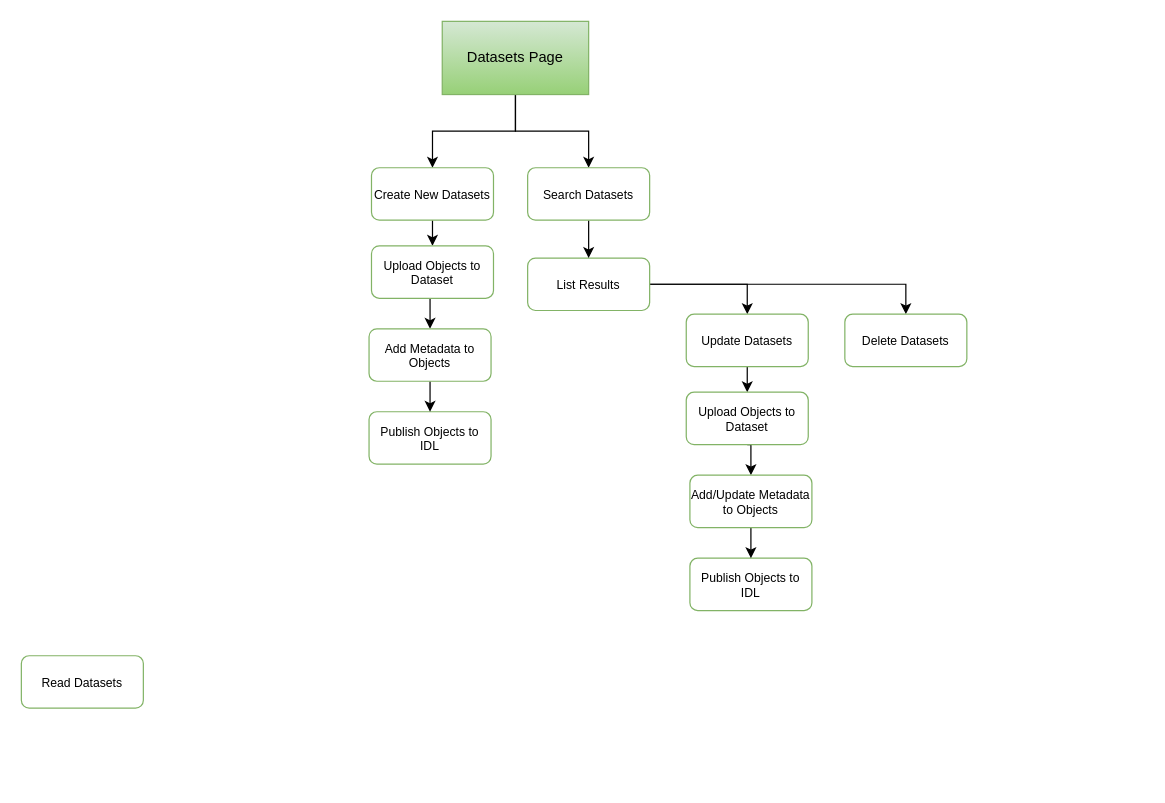
The draw.io diagram page "Page/user flow" (1 of 5) of Drawings/Eva/Dataset/Dataset.drawio in flare891/rmslow, before the edit. Source tidied: cells renumbered, new cells numbered last; positions are measured from the earlier drawing's top-left corner, leaving out a move shared by most shapes. Both pictures are drawn from the tidied source at 122%, with x=0, y=0 at pixel (21, 21).
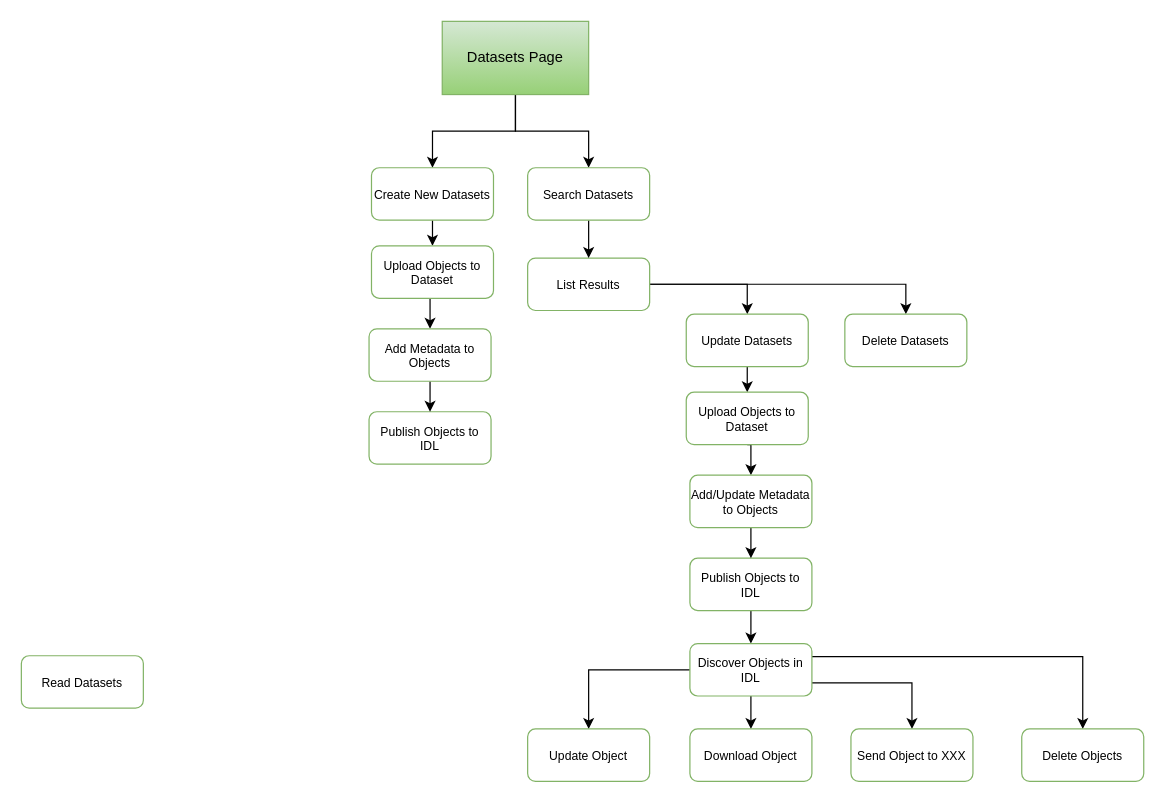
After the change.

Unchanged cells that the change refers to:
```xml
<mxCell id="16" value="Publish Objects to IDL" style="rounded=1;whiteSpace=wrap;html=1;strokeColor=#82b366;fontSize=10;fillColor=#FFFFFF;" parent="1" vertex="1">
  <mxGeometry x="548" y="440" width="100" height="43" as="geometry" />
</mxCell>
```

Change to the diagram source:
```diff
@@
+    <mxCell id="26" style="edgeStyle=orthogonalEdgeStyle;rounded=0;jettySize=auto;html=1;exitX=0.5;exitY=1;exitDx=0;exitDy=0;entryX=0.5;entryY=0;entryDx=0;entryDy=0;" parent="1" edge="1" source="16" target="31">
+      <mxGeometry relative="1" as="geometry" />
+    </mxCell>
@@
+    <mxCell id="27" style="edgeStyle=orthogonalEdgeStyle;rounded=0;jettySize=auto;html=1;exitX=0.5;exitY=1;exitDx=0;exitDy=0;entryX=0.5;entryY=0;entryDx=0;entryDy=0;" parent="1" edge="1" source="31" target="32">
+      <mxGeometry relative="1" as="geometry" />
+    </mxCell>
+    <mxCell id="28" style="edgeStyle=orthogonalEdgeStyle;rounded=0;jettySize=auto;html=1;exitX=1;exitY=0.75;exitDx=0;exitDy=0;entryX=0.5;entryY=0;entryDx=0;entryDy=0;" parent="1" edge="1" source="31" target="33">
+      <mxGeometry relative="1" as="geometry" />
+    </mxCell>
+    <mxCell id="29" style="edgeStyle=orthogonalEdgeStyle;rounded=0;jettySize=auto;html=1;exitX=0;exitY=0.5;exitDx=0;exitDy=0;" parent="1" edge="1" source="31" target="34">
+      <mxGeometry relative="1" as="geometry" />
+    </mxCell>
+    <mxCell id="30" style="edgeStyle=orthogonalEdgeStyle;rounded=0;jettySize=auto;html=1;exitX=1;exitY=0.25;exitDx=0;exitDy=0;entryX=0.5;entryY=0;entryDx=0;entryDy=0;" parent="1" edge="1" source="31" target="35">
+      <mxGeometry relative="1" as="geometry" />
+    </mxCell>
+    <mxCell id="31" value="Discover Objects in IDL" style="rounded=1;whiteSpace=wrap;html=1;strokeColor=#82b366;fontSize=10;fillColor=#FFFFFF;" parent="1" vertex="1">
+      <mxGeometry x="548" y="510" width="100" height="43" as="geometry" />
+    </mxCell>
+    <mxCell id="32" value="Download Object" style="rounded=1;whiteSpace=wrap;html=1;strokeColor=#82b366;fontSize=10;fillColor=#FFFFFF;" parent="1" vertex="1">
+      <mxGeometry x="548" y="580" width="100" height="43" as="geometry" />
+    </mxCell>
+    <mxCell id="33" value="Send Object to XXX" style="rounded=1;whiteSpace=wrap;html=1;strokeColor=#82b366;fontSize=10;fillColor=#FFFFFF;" parent="1" vertex="1">
+      <mxGeometry x="680" y="580" width="100" height="43" as="geometry" />
+    </mxCell>
+    <mxCell id="34" value="Update Object" style="rounded=1;whiteSpace=wrap;html=1;strokeColor=#82b366;fontSize=10;fillColor=#FFFFFF;" parent="1" vertex="1">
+      <mxGeometry x="415" y="580" width="100" height="43" as="geometry" />
+    </mxCell>
+    <mxCell id="35" value="Delete Objects" style="rounded=1;whiteSpace=wrap;html=1;strokeColor=#82b366;fontSize=10;fillColor=#FFFFFF;" parent="1" vertex="1">
+      <mxGeometry x="820" y="580" width="100" height="43" as="geometry" />
+    </mxCell>
```
